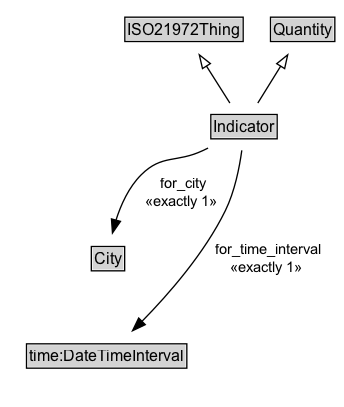
ISO-TC204/ontology-i72-v1 keeps this Graphviz diagram as docs/diagrams/Indicator.dot.png. Above is the earlier version. Its source is kept beside it as docs/diagrams/Indicator.dot.
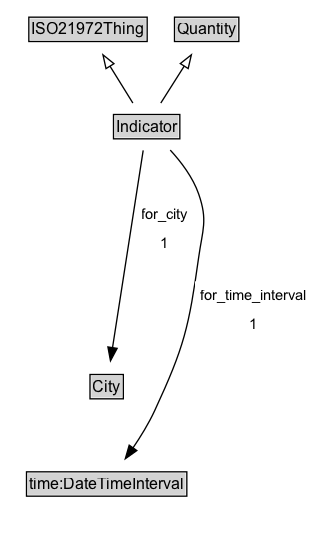
Above is the later version.

Diff of the diagram source:
```diff
@@ -3,24 +3,27 @@
 	node [fontname=Arial fontsize=12 margin=0 shape=none]
 	edge [fontname=Arial fontsize=11]
 	{
+		rank=source
+		ISO21972Thing [label=<<TABLE BORDER="1" CELLBORDER="0" CELLSPACING="0" CELLPADDING="1"><TR><TD BGCOLOR="lightgray" ALIGN="CENTER">ISO21972Thing</TD></TR></TABLE>> URL="../ISO21972Thing" margin=0]
+		Quantity [label=<<TABLE BORDER="1" CELLBORDER="0" CELLSPACING="0" CELLPADDING="1"><TR><TD BGCOLOR="lightgray" ALIGN="CENTER">Quantity</TD></TR></TABLE>> URL="../Quantity" margin=0]
+	}
+	Indicator [label=<<TABLE BORDER="1" CELLBORDER="0" CELLSPACING="0" CELLPADDING="1"><TR><TD BGCOLOR="lightgray" ALIGN="CENTER">Indicator</TD></TR></TABLE>> URL="../Indicator" margin=0]
+	{
 		rank=max
-		Indicator [label=<<TABLE BORDER="1" CELLBORDER="0" CELLSPACING="0" CELLPADDING="1"><TR><TD BGCOLOR="lightgray" ALIGN="CENTER" PORT="e">Indicator</TD></TR></TABLE>> URL="../Indicator.md" margin=0]
 	}
 	subgraph cluster_associated {
 		label="" style=invis
 		Invis [label=<<TABLE BORDER="0" CELLBORDER="0" CELLSPACING="0" CELLPADDING="1"><TR><TD></TD></TR></TABLE>> margin=0 style=invis]
-		City [label=<<TABLE BORDER="1" CELLBORDER="0" CELLSPACING="0" CELLPADDING="1"><TR><TD BGCOLOR="lightgray" ALIGN="CENTER">City</TD></TR></TABLE>> URL="../City.md" margin=0]
-		time_DateTimeInterval [label=<<TABLE BORDER="1" CELLBORDER="0" CELLSPACING="0" CELLPADDING="1"><TR><TD BGCOLOR="lightgray" ALIGN="CENTER">time:DateTimeInterval</TD></TR></TABLE>> margin=0]
+		City [label=<<TABLE BORDER="1" CELLBORDER="0" CELLSPACING="0" CELLPADDING="1"><TR><TD BGCOLOR="lightgray" ALIGN="CENTER">City</TD></TR></TABLE>> URL="../City" margin=0]
+		time_DateTimeInterval [label=<<TABLE BORDER="1" CELLBORDER="0" CELLSPACING="0" CELLPADDING="1"><TR><TD BGCOLOR="lightgray" ALIGN="CENTER">time:DateTimeInterval</TD></TR></TABLE>> URL="https://w3id.org/citydata/imported/time/latest/DateTimeInterval" margin=0]
 	}
-	ISO21972Thing [label=<<TABLE BORDER="1" CELLBORDER="0" CELLSPACING="0" CELLPADDING="1"><TR><TD BGCOLOR="lightgray" ALIGN="CENTER">ISO21972Thing</TD></TR></TABLE>> URL="../ISO21972Thing.md" margin=0]
 	Indicator -> ISO21972Thing [arrowhead=onormal style=solid]
-	Quantity [label=<<TABLE BORDER="1" CELLBORDER="0" CELLSPACING="0" CELLPADDING="1"><TR><TD BGCOLOR="lightgray" ALIGN="CENTER">Quantity</TD></TR></TABLE>> URL="../Quantity.md" margin=0]
 	Indicator -> Quantity [arrowhead=onormal style=solid]
 	Indicator -> Invis [style=invis]
 	Invis -> City [style=invis]
 	City -> time_DateTimeInterval [style=invis]
-	Indicator -> City [label=" for_city
- «exactly 1»  " arrowhead=normal style=solid]
-	Indicator -> time_DateTimeInterval [label=" for_time_interval
- «exactly 1»  " arrowhead=normal style=solid]
+	time_DateTimeInterval [label=<<TABLE BORDER="1" CELLBORDER="0" CELLSPACING="0" CELLPADDING="1"><TR><TD BGCOLOR="lightgray" ALIGN="CENTER">time:DateTimeInterval</TD></TR></TABLE>> URL="https://w3id.org/citydata/imported/time/latest/DateTimeInterval" margin=0]
+	Indicator -> time_DateTimeInterval [label=<<TABLE BORDER="0" CELLBORDER="0" CELLSPACING="0" CELLPADDING="4" BGCOLOR="white"><TR><TD ALIGN="CENTER">for_time_interval</TD></TR><TR><TD ALIGN="CENTER">1</TD></TR></TABLE>> arrowhead=normal style=solid]
+	City [label=<<TABLE BORDER="1" CELLBORDER="0" CELLSPACING="0" CELLPADDING="1"><TR><TD BGCOLOR="lightgray" ALIGN="CENTER">City</TD></TR></TABLE>> URL="../City" margin=0]
+	Indicator -> City [label=<<TABLE BORDER="0" CELLBORDER="0" CELLSPACING="0" CELLPADDING="4" BGCOLOR="white"><TR><TD ALIGN="CENTER">for_city</TD></TR><TR><TD ALIGN="CENTER">1</TD></TR></TABLE>> arrowhead=normal style=solid]
 }
```
